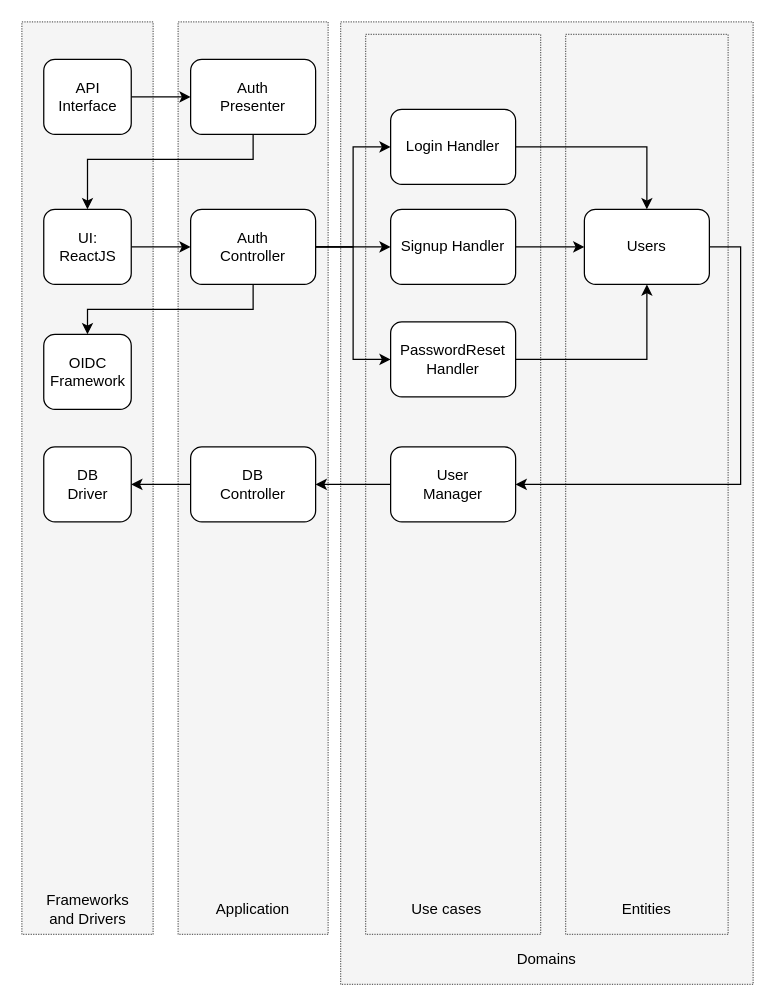
This is page "Auth module" (2 of 2) of architecture.drawio from possibilityz/generic-backend, a draw.io file, before an edit. Source tidied: cells renumbered, new cells numbered last; positions are measured from the earlier drawing's top-left corner, leaving out a move shared by most shapes. Both pictures are drawn from the tidied source at 125%, with x=0, y=0 at pixel (21, 21).
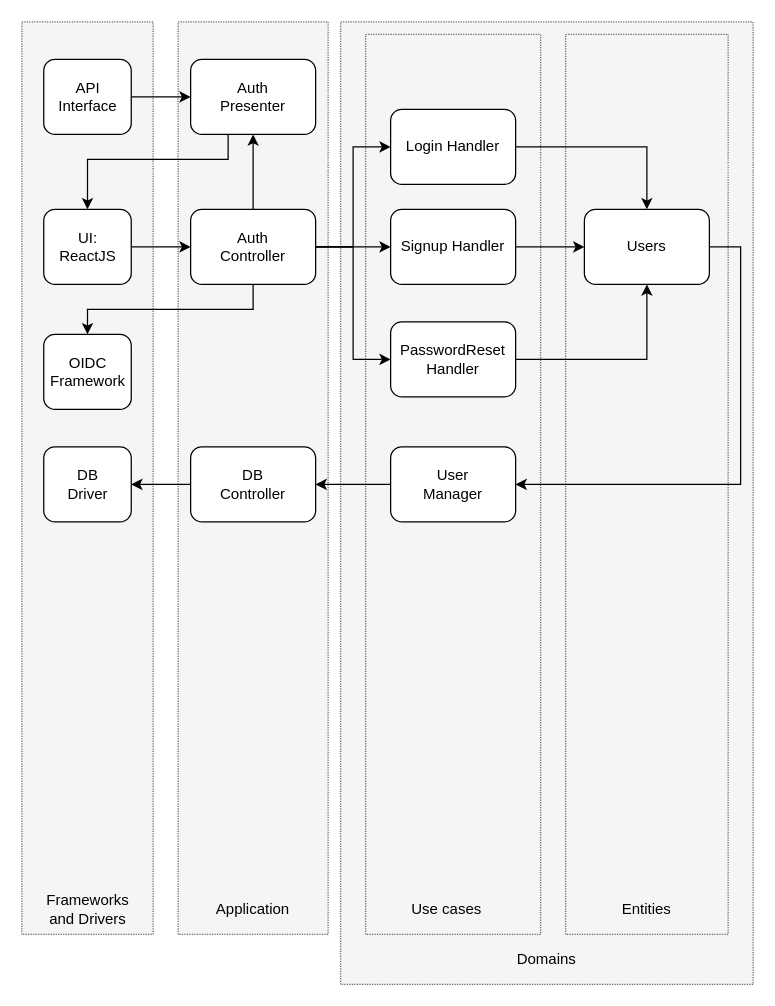
Above is the later version.

Unchanged cells that the change refers to:
```xml
<mxCell id="17" value="Auth&lt;br&gt;Presenter" style="rounded=1;whiteSpace=wrap;html=1;" parent="1" vertex="1">
  <mxGeometry x="135" y="30" width="100" height="60" as="geometry" />
</mxCell>
<mxCell id="26" value="Auth&lt;br&gt;Controller" style="rounded=1;whiteSpace=wrap;html=1;" parent="1" vertex="1">
  <mxGeometry x="135" y="150" width="100" height="60" as="geometry" />
</mxCell>
<mxCell id="34" value="UI:&lt;br&gt;ReactJS" style="rounded=1;whiteSpace=wrap;html=1;" parent="1" vertex="1">
  <mxGeometry x="17.5" y="150" width="70" height="60" as="geometry" />
</mxCell>
```

Change to the diagram source:
```diff
@@
     <mxCell id="16" style="edgeStyle=orthogonalEdgeStyle;rounded=0;jettySize=auto;html=1;entryX=0.5;entryY=0;entryDx=0;entryDy=0;" parent="1" edge="1" source="17" target="34">
       <mxGeometry relative="1" as="geometry">
         <Array as="points">
-          <mxPoint x="185" y="110" />
+          <mxPoint x="165" y="110" />
           <mxPoint x="53" y="110" />
         </Array>
       </mxGeometry>
     </mxCell>
@@
+    <mxCell id="43" style="edgeStyle=orthogonalEdgeStyle;rounded=0;jettySize=auto;html=1;entryX=0.5;entryY=1;entryDx=0;entryDy=0;" parent="1" edge="1" source="26" target="17">
+      <mxGeometry relative="1" as="geometry" />
+    </mxCell>
```
